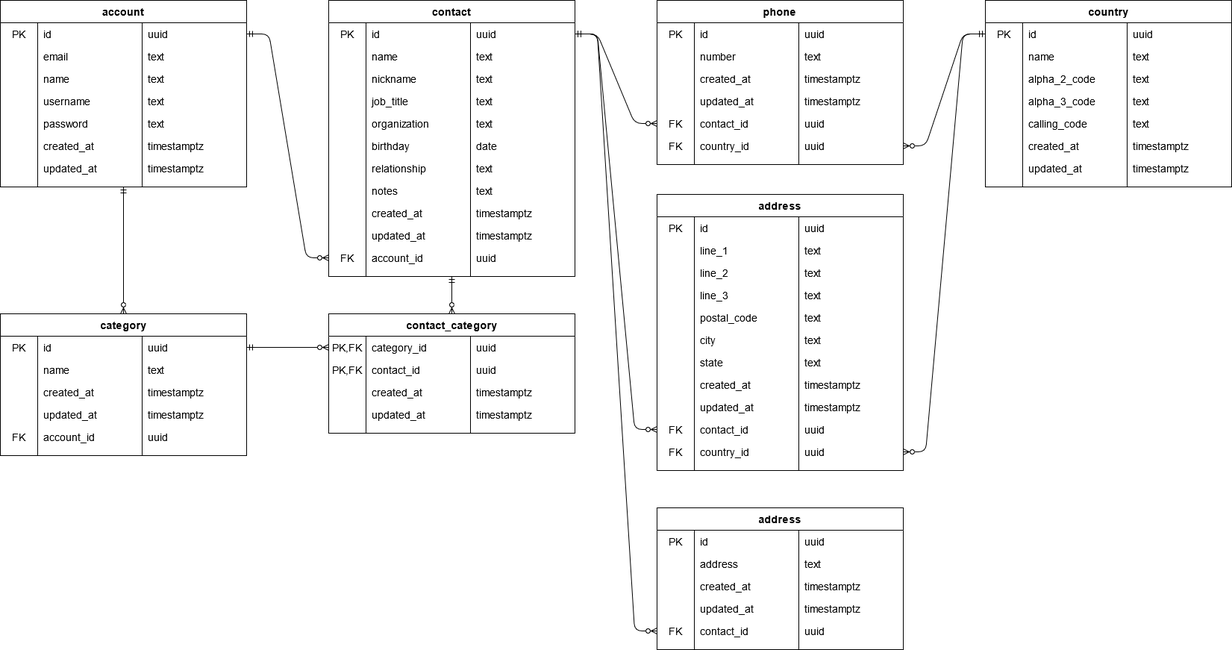
The draw.io diagram database/hominaERD.png in roshennair/homina-design, before a commit. Source tidied: cells renumbered, new cells last; positions are measured from the earlier drawing's top-left corner, leaving out a move shared by most shapes.
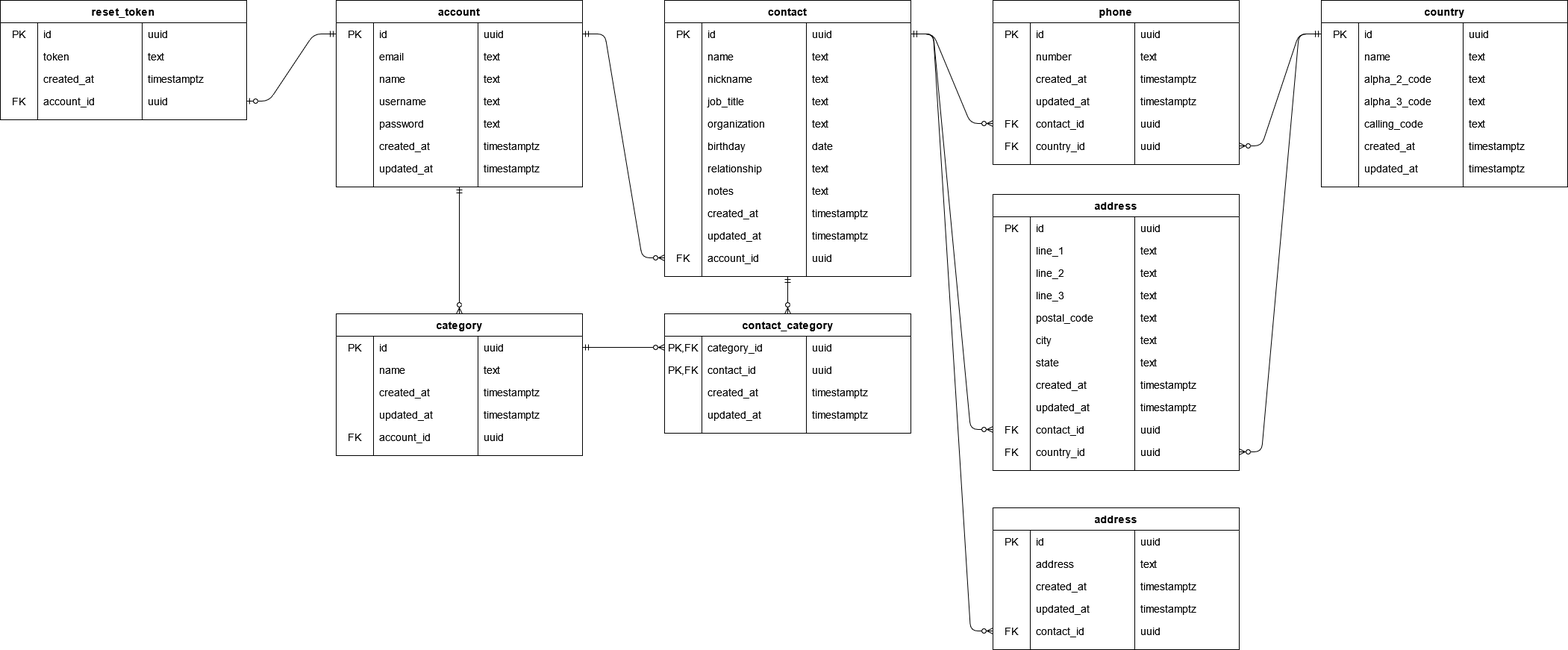
After the change.

Commit message:
Add reset_token table to database ERD and setup queries

The edit, as a diff of the source:
```diff
@@ -725,5 +725,59 @@
     <mxCell id="242" style="edgeStyle=entityRelationEdgeStyle;fontSize=14;html=1;endArrow=ERzeroToMany;startArrow=ERmandOne;entryX=1;entryY=0.5;entryDx=0;entryDy=0;" parent="1" edge="1" source="213" target="185">
       <mxGeometry relative="1" as="geometry" />
     </mxCell>
+    <mxCell id="243" value="reset_token" style="shape=table;startSize=30;rowLines=0;fontStyle=1;align=center;fontSize=14;" parent="1" vertex="1">
+      <mxGeometry x="-450" width="330" height="160" as="geometry" />
+    </mxCell>
+    <mxCell id="244" style="shape=partialRectangle;fillColor=none;top=0;left=0;bottom=0;right=0;fontSize=14;" parent="243" vertex="1">
+      <mxGeometry y="30" width="330" height="30" as="geometry" />
+    </mxCell>
+    <mxCell id="245" value="PK" style="shape=partialRectangle;fillColor=none;top=0;left=0;bottom=0;right=0;overflow=hidden;fontSize=14;" parent="244" vertex="1">
+      <mxGeometry width="50" height="30" as="geometry" />
+    </mxCell>
+    <mxCell id="246" value="id" style="shape=partialRectangle;fillColor=none;top=0;left=0;bottom=0;right=0;align=left;spacingLeft=6;overflow=hidden;fontSize=14;" parent="244" vertex="1">
+      <mxGeometry x="50" width="140" height="30" as="geometry" />
+    </mxCell>
+    <mxCell id="247" value="uuid" style="shape=partialRectangle;fillColor=none;top=0;left=0;bottom=0;right=0;align=left;spacingLeft=6;overflow=hidden;fontSize=14;" parent="244" vertex="1">
+      <mxGeometry x="190" width="140" height="30" as="geometry" />
+    </mxCell>
+    <mxCell id="248" style="shape=partialRectangle;fillColor=none;top=0;left=0;bottom=0;right=0;fontSize=14;" parent="243" vertex="1">
+      <mxGeometry y="60" width="330" height="30" as="geometry" />
+    </mxCell>
+    <mxCell id="249" style="shape=partialRectangle;fillColor=none;top=0;left=0;bottom=0;right=0;overflow=hidden;fontSize=14;" parent="248" vertex="1">
+      <mxGeometry width="50" height="30" as="geometry" />
+    </mxCell>
+    <mxCell id="250" value="token    " style="shape=partialRectangle;fillColor=none;top=0;left=0;bottom=0;right=0;align=left;spacingLeft=6;overflow=hidden;fontSize=14;" parent="248" vertex="1">
+      <mxGeometry x="50" width="140" height="30" as="geometry" />
+    </mxCell>
+    <mxCell id="251" value="text" style="shape=partialRectangle;fillColor=none;top=0;left=0;bottom=0;right=0;align=left;spacingLeft=6;overflow=hidden;fontSize=14;" parent="248" vertex="1">
+      <mxGeometry x="190" width="140" height="30" as="geometry" />
+    </mxCell>
+    <mxCell id="252" style="shape=partialRectangle;fillColor=none;top=0;left=0;bottom=0;right=0;fontSize=14;" parent="243" vertex="1">
+      <mxGeometry y="90" width="330" height="30" as="geometry" />
+    </mxCell>
+    <mxCell id="253" style="shape=partialRectangle;fillColor=none;top=0;left=0;bottom=0;right=0;overflow=hidden;fontSize=14;" parent="252" vertex="1">
+      <mxGeometry width="50" height="30" as="geometry" />
+    </mxCell>
+    <mxCell id="254" value="created_at    " style="shape=partialRectangle;fillColor=none;top=0;left=0;bottom=0;right=0;align=left;spacingLeft=6;overflow=hidden;fontSize=14;" parent="252" vertex="1">
+      <mxGeometry x="50" width="140" height="30" as="geometry" />
+    </mxCell>
+    <mxCell id="255" value="timestamptz" style="shape=partialRectangle;fillColor=none;top=0;left=0;bottom=0;right=0;align=left;spacingLeft=6;overflow=hidden;fontSize=14;" parent="252" vertex="1">
+      <mxGeometry x="190" width="140" height="30" as="geometry" />
+    </mxCell>
+    <mxCell id="256" style="shape=partialRectangle;fillColor=none;top=0;left=0;bottom=0;right=0;points=[[0,0.5],[1,0.5]];portConstraint=eastwest;fontSize=14;" parent="243" vertex="1">
+      <mxGeometry y="120" width="330" height="30" as="geometry" />
+    </mxCell>
+    <mxCell id="257" value="FK" style="shape=partialRectangle;fillColor=none;top=0;left=0;bottom=0;right=0;overflow=hidden;fontSize=14;" parent="256" vertex="1">
+      <mxGeometry width="50" height="30" as="geometry" />
+    </mxCell>
+    <mxCell id="258" value="account_id" style="shape=partialRectangle;fillColor=none;top=0;left=0;bottom=0;right=0;align=left;spacingLeft=6;overflow=hidden;fontSize=14;" parent="256" vertex="1">
+      <mxGeometry x="50" width="140" height="30" as="geometry" />
+    </mxCell>
+    <mxCell id="259" value="uuid" style="shape=partialRectangle;fillColor=none;top=0;left=0;bottom=0;right=0;align=left;spacingLeft=6;overflow=hidden;fontSize=14;" parent="256" vertex="1">
+      <mxGeometry x="190" width="140" height="30" as="geometry" />
+    </mxCell>
+    <mxCell id="260" style="edgeStyle=entityRelationEdgeStyle;fontSize=12;html=1;endArrow=ERzeroToOne;startArrow=ERmandOne;entryX=1;entryY=0.5;entryDx=0;entryDy=0;exitX=0;exitY=0.5;exitDx=0;exitDy=0;" parent="1" edge="1" source="3" target="256">
+      <mxGeometry relative="1" as="geometry" />
+    </mxCell>
   </root>
 </mxGraphModel>
```
